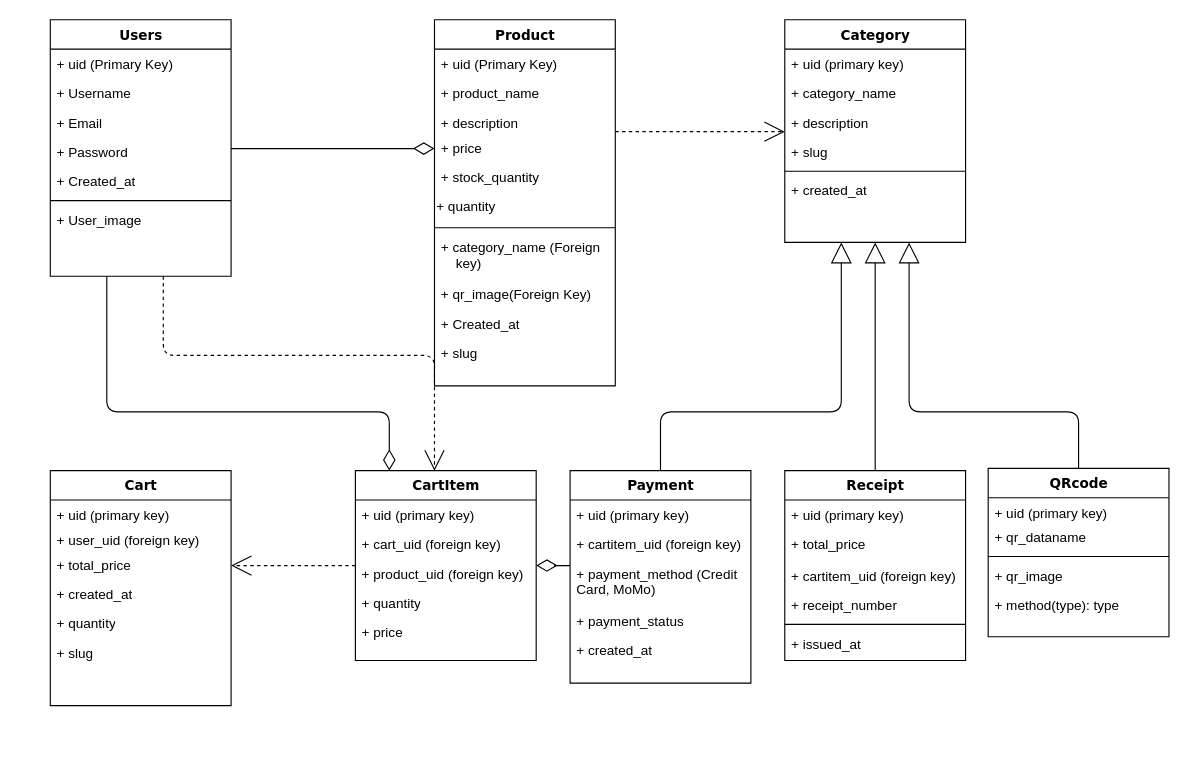
Before: Untitled Diagram.drawio in nabilbilly/E-store, a draw.io diagram. Source tidied: cells renumbered, new cells numbered last; positions are measured from the earlier drawing's top-left corner, leaving out a move shared by most shapes. Both pictures are drawn from the tidied source at 113%, with x=0, y=0 at pixel (50, 19).
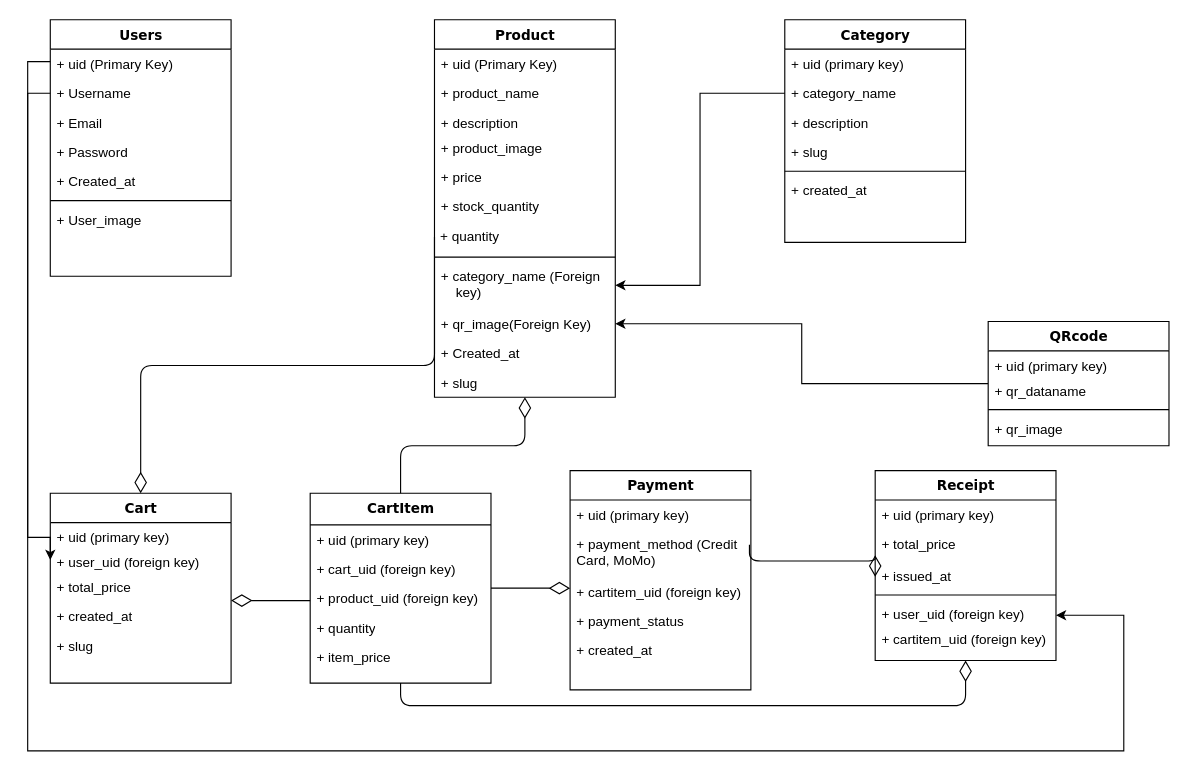
The same diagram, later.

The change refers to these unchanged cells:
```xml
<mxCell id="4" value="Users" style="swimlane;html=1;fontStyle=1;align=center;verticalAlign=top;horizontal=1;startSize=26;swimlaneFillColor=#ffffff;rounded=0;shadow=0;comic=0;labelBackgroundColor=none;strokeWidth=1;fillColor=none;fontFamily=Verdana;fontSize=12;" parent="1" vertex="1">
  <mxGeometry width="160" height="227" as="geometry" />
</mxCell>
<mxCell id="5" value="+ u&lt;span style=&quot;background-color: initial;&quot;&gt;id (Primary Key)&lt;/span&gt;&lt;div&gt;&lt;span style=&quot;background-color: initial;&quot;&gt;&lt;br&gt;&lt;/span&gt;&lt;/div&gt;" style="text;html=1;strokeColor=none;fillColor=none;align=left;verticalAlign=top;spacingLeft=4;spacingRight=4;whiteSpace=wrap;overflow=hidden;points=[[0,0.5],[1,0.5]];portConstraint=eastwest;" parent="4" vertex="1">
  <mxGeometry y="26" width="160" height="26" as="geometry" />
</mxCell>
<mxCell id="6" value="+ Username&amp;nbsp;" style="text;html=1;strokeColor=none;fillColor=none;align=left;verticalAlign=top;spacingLeft=4;spacingRight=4;whiteSpace=wrap;overflow=hidden;points=[[0,0.5],[1,0.5]];portConstraint=eastwest;" parent="4" vertex="1">
  <mxGeometry y="52" width="160" height="26" as="geometry" />
</mxCell>
<mxCell id="25" value="Category" style="swimlane;html=1;fontStyle=1;align=center;verticalAlign=top;horizontal=1;startSize=26;swimlaneFillColor=#ffffff;rounded=0;shadow=0;comic=0;labelBackgroundColor=none;strokeWidth=1;fillColor=none;fontFamily=Verdana;fontSize=12;" parent="1" vertex="1">
  <mxGeometry x="650" width="160" height="197" as="geometry" />
</mxCell>
<mxCell id="27" value="+ category_name" style="text;html=1;strokeColor=none;fillColor=none;align=left;verticalAlign=top;spacingLeft=4;spacingRight=4;whiteSpace=wrap;overflow=hidden;points=[[0,0.5],[1,0.5]];portConstraint=eastwest;" parent="25" vertex="1">
  <mxGeometry y="52" width="160" height="26" as="geometry" />
</mxCell>
<mxCell id="35" value="+ user_uid (foreign key)" style="text;html=1;strokeColor=none;fillColor=none;align=left;verticalAlign=top;spacingLeft=4;spacingRight=4;whiteSpace=wrap;overflow=hidden;points=[[0,0.5],[1,0.5]];portConstraint=eastwest;" parent="33" vertex="1">
  <mxGeometry y="48" width="160" height="22" as="geometry" />
</mxCell>
```

What changed in the source:
```diff
@@
-    <mxCell id="2" style="edgeStyle=orthogonalEdgeStyle;html=1;labelBackgroundColor=none;startFill=0;startSize=8;endArrow=open;endFill=0;endSize=16;fontFamily=Verdana;fontSize=12;dashed=1;" parent="1" edge="1" source="4" target="41">
-      <mxGeometry relative="1" as="geometry">
-        <Array as="points">
-          <mxPoint x="100" y="297" />
-          <mxPoint x="340" y="297" />
-        </Array>
-      </mxGeometry>
-    </mxCell>
-    <mxCell id="3" style="edgeStyle=orthogonalEdgeStyle;html=1;labelBackgroundColor=none;startFill=0;startSize=8;endArrow=diamondThin;endFill=0;endSize=16;fontFamily=Verdana;fontSize=12;" parent="1" edge="1" source="4" target="41">
-      <mxGeometry relative="1" as="geometry">
-        <Array as="points">
-          <mxPoint x="50" y="347" />
-          <mxPoint x="300" y="347" />
-        </Array>
-      </mxGeometry>
-    </mxCell>
@@
-    <mxCell id="12" style="edgeStyle=elbowEdgeStyle;html=1;labelBackgroundColor=none;startFill=0;startSize=8;endArrow=open;endFill=0;endSize=16;fontFamily=Verdana;fontSize=12;elbow=vertical;dashed=1;" parent="1" edge="1" source="13" target="25">
-      <mxGeometry relative="1" as="geometry" />
-    </mxCell>
     <mxCell id="13" value="Product" style="swimlane;html=1;fontStyle=1;align=center;verticalAlign=top;horizontal=1;startSize=26;swimlaneFillColor=#ffffff;rounded=0;shadow=0;comic=0;labelBackgroundColor=none;strokeWidth=1;fillColor=none;fontFamily=Verdana;fontSize=12;" parent="1" vertex="1">
-      <mxGeometry x="340" width="160" height="324" as="geometry" />
+      <mxGeometry x="340" width="160" height="334" as="geometry" />
     </mxCell>
@@
+    <mxCell id="70" value="+ product_image" style="text;html=1;strokeColor=none;fillColor=none;align=left;verticalAlign=top;spacingLeft=4;spacingRight=4;whiteSpace=wrap;overflow=hidden;" parent="13" vertex="1">
+      <mxGeometry y="100" width="160" height="26" as="geometry" />
+    </mxCell>
     <mxCell id="17" value="+&amp;nbsp;price" style="text;html=1;strokeColor=none;fillColor=none;align=left;verticalAlign=top;spacingLeft=4;spacingRight=4;whiteSpace=wrap;overflow=hidden;" parent="13" vertex="1">
-      <mxGeometry y="100" width="160" height="26" as="geometry" />
+      <mxGeometry y="126" width="160" height="26" as="geometry" />
     </mxCell>
     <mxCell id="18" value="+ stock_quantity" style="text;html=1;strokeColor=none;fillColor=none;align=left;verticalAlign=top;spacingLeft=4;spacingRight=4;whiteSpace=wrap;overflow=hidden;" parent="13" vertex="1">
-      <mxGeometry y="126" width="160" height="26" as="geometry" />
+      <mxGeometry y="152" width="160" height="26" as="geometry" />
     </mxCell>
-    <mxCell id="19" value="+ quantity" style="text;whiteSpace=wrap;html=1;" parent="13" vertex="1">
-      <mxGeometry y="152" width="160" height="28" as="geometry" />
+    <mxCell id="19" value="&amp;nbsp;+ quantity" style="text;whiteSpace=wrap;html=1;" parent="13" vertex="1">
+      <mxGeometry y="178" width="160" height="28" as="geometry" />
     </mxCell>
     <mxCell id="20" style="line;html=1;strokeWidth=1;fillColor=none;align=left;verticalAlign=middle;spacingTop=-1;spacingLeft=3;spacingRight=3;labelPosition=right;" parent="13" vertex="1">
-      <mxGeometry y="180" width="160" height="8" as="geometry" />
+      <mxGeometry y="206" width="160" height="8" as="geometry" />
     </mxCell>
     <mxCell id="21" value="+ category_name (Foreign&amp;nbsp; &amp;nbsp; &amp;nbsp; key)" style="text;html=1;strokeColor=none;fillColor=none;align=left;verticalAlign=top;spacingLeft=4;spacingRight=4;whiteSpace=wrap;overflow=hidden;points=[[0,0.5],[1,0.5]];portConstraint=eastwest;" parent="13" vertex="1">
-      <mxGeometry y="188" width="160" height="42" as="geometry" />
+      <mxGeometry y="214" width="160" height="42" as="geometry" />
     </mxCell>
     <mxCell id="22" value="+ qr_image(Foreign Key)" style="text;html=1;strokeColor=none;fillColor=none;align=left;verticalAlign=top;spacingLeft=4;spacingRight=4;whiteSpace=wrap;overflow=hidden;points=[[0,0.5],[1,0.5]];portConstraint=eastwest;" parent="13" vertex="1">
-      <mxGeometry y="230" width="160" height="26" as="geometry" />
+      <mxGeometry y="256" width="160" height="26" as="geometry" />
     </mxCell>
     <mxCell id="23" value="+ Created_at" style="text;html=1;strokeColor=none;fillColor=none;align=left;verticalAlign=top;spacingLeft=4;spacingRight=4;whiteSpace=wrap;overflow=hidden;" parent="13" vertex="1">
-      <mxGeometry y="256" width="160" height="26" as="geometry" />
+      <mxGeometry y="282" width="160" height="26" as="geometry" />
     </mxCell>
     <mxCell id="24" value="+ slug" style="text;html=1;strokeColor=none;fillColor=none;align=left;verticalAlign=top;spacingLeft=4;spacingRight=4;whiteSpace=wrap;overflow=hidden;points=[[0,0.5],[1,0.5]];portConstraint=eastwest;" parent="13" vertex="1">
-      <mxGeometry y="282" width="160" height="26" as="geometry" />
+      <mxGeometry y="308" width="160" height="26" as="geometry" />
     </mxCell>
@@
-    <mxCell id="32" style="edgeStyle=elbowEdgeStyle;html=1;labelBackgroundColor=none;startFill=0;startSize=8;endArrow=open;endFill=0;endSize=16;fontFamily=Verdana;fontSize=12;elbow=vertical;dashed=1;" parent="1" edge="1" source="41" target="33">
-      <mxGeometry relative="1" as="geometry" />
-    </mxCell>
     <mxCell id="33" value="Cart" style="swimlane;html=1;fontStyle=1;align=center;verticalAlign=top;horizontal=1;startSize=26;swimlaneFillColor=#ffffff;rounded=0;shadow=0;comic=0;labelBackgroundColor=none;strokeWidth=1;fillColor=none;fontFamily=Verdana;fontSize=12;" parent="1" vertex="1">
-      <mxGeometry y="399" width="160" height="208" as="geometry" />
+      <mxGeometry y="419" width="160" height="168" as="geometry" />
     </mxCell>
@@
-    <mxCell id="38" value="+ quantity" style="text;html=1;strokeColor=none;fillColor=none;align=left;verticalAlign=top;spacingLeft=4;spacingRight=4;whiteSpace=wrap;overflow=hidden;" parent="33" vertex="1">
-      <mxGeometry y="122" width="160" height="26" as="geometry" />
-    </mxCell>
     <mxCell id="39" value="+ slug" style="text;html=1;strokeColor=none;fillColor=none;align=left;verticalAlign=top;spacingLeft=4;spacingRight=4;whiteSpace=wrap;overflow=hidden;" parent="33" vertex="1">
-      <mxGeometry y="148" width="160" height="26" as="geometry" />
+      <mxGeometry y="122" width="160" height="26" as="geometry" />
     </mxCell>
-    <mxCell id="40" style="edgeStyle=elbowEdgeStyle;html=1;labelBackgroundColor=none;startFill=0;startSize=8;endArrow=diamondThin;endFill=0;endSize=16;fontFamily=Verdana;fontSize=12;elbow=vertical;" parent="1" edge="1" source="48" target="41">
+    <mxCell id="40" style="edgeStyle=elbowEdgeStyle;html=1;labelBackgroundColor=none;startFill=0;startSize=8;endArrow=diamondThin;endFill=0;endSize=16;fontFamily=Verdana;fontSize=12;elbow=vertical;" parent="1" edge="1" source="41" target="48">
       <mxGeometry relative="1" as="geometry" />
     </mxCell>
-    <mxCell id="41" value="CartItem" style="swimlane;html=1;fontStyle=1;align=center;verticalAlign=top;horizontal=1;startSize=26;swimlaneFillColor=#ffffff;rounded=0;shadow=0;comic=0;labelBackgroundColor=none;strokeWidth=1;fillColor=none;fontFamily=Verdana;fontSize=12;" parent="1" vertex="1">
-      <mxGeometry x="270" y="399" width="160" height="168" as="geometry" />
+    <mxCell id="41" value="CartItem" style="swimlane;html=1;fontStyle=1;align=center;verticalAlign=top;horizontal=1;startSize=28;swimlaneFillColor=#ffffff;rounded=0;shadow=0;comic=0;labelBackgroundColor=none;strokeWidth=1;fillColor=none;fontFamily=Verdana;fontSize=12;" parent="1" vertex="1">
+      <mxGeometry x="230" y="419" width="160" height="168" as="geometry" />
     </mxCell>
     <mxCell id="42" value="+ uid (primary key)" style="text;html=1;strokeColor=none;fillColor=none;align=left;verticalAlign=top;spacingLeft=4;spacingRight=4;whiteSpace=wrap;overflow=hidden;" parent="41" vertex="1">
-      <mxGeometry y="26" width="160" height="26" as="geometry" />
+      <mxGeometry y="28" width="160" height="26" as="geometry" />
     </mxCell>
     <mxCell id="43" value="+ cart_uid (foreign key)" style="text;html=1;strokeColor=none;fillColor=none;align=left;verticalAlign=top;spacingLeft=4;spacingRight=4;whiteSpace=wrap;overflow=hidden;" parent="41" vertex="1">
-      <mxGeometry y="52" width="160" height="26" as="geometry" />
+      <mxGeometry y="54" width="160" height="26" as="geometry" />
     </mxCell>
     <mxCell id="44" value="+ product_uid (foreign key)" style="text;html=1;strokeColor=none;fillColor=none;align=left;verticalAlign=top;spacingLeft=4;spacingRight=4;whiteSpace=wrap;overflow=hidden;" parent="41" vertex="1">
-      <mxGeometry y="78" width="160" height="26" as="geometry" />
+      <mxGeometry y="80" width="160" height="26" as="geometry" />
     </mxCell>
     <mxCell id="45" value="+ quantity" style="text;html=1;strokeColor=none;fillColor=none;align=left;verticalAlign=top;spacingLeft=4;spacingRight=4;whiteSpace=wrap;overflow=hidden;" parent="41" vertex="1">
-      <mxGeometry y="104" width="160" height="26" as="geometry" />
+      <mxGeometry y="106" width="160" height="26" as="geometry" />
     </mxCell>
-    <mxCell id="46" value="+ price" style="text;html=1;strokeColor=none;fillColor=none;align=left;verticalAlign=top;spacingLeft=4;spacingRight=4;whiteSpace=wrap;overflow=hidden;" parent="41" vertex="1">
-      <mxGeometry y="130" width="160" height="26" as="geometry" />
+    <mxCell id="46" value="+ item_price" style="text;html=1;strokeColor=none;fillColor=none;align=left;verticalAlign=top;spacingLeft=4;spacingRight=4;whiteSpace=wrap;overflow=hidden;" parent="41" vertex="1">
+      <mxGeometry y="132" width="160" height="26" as="geometry" />
     </mxCell>
-    <mxCell id="47" style="edgeStyle=orthogonalEdgeStyle;html=1;labelBackgroundColor=none;startFill=0;startSize=8;endArrow=block;endFill=0;endSize=16;fontFamily=Verdana;fontSize=12;" parent="1" edge="1" source="48" target="25">
-      <mxGeometry relative="1" as="geometry">
-        <Array as="points">
-          <mxPoint x="540" y="347" />
-          <mxPoint x="700" y="347" />
-        </Array>
-      </mxGeometry>
-    </mxCell>
     <mxCell id="48" value="Payment" style="swimlane;html=1;fontStyle=1;align=center;verticalAlign=top;horizontal=1;startSize=26;swimlaneFillColor=#ffffff;rounded=0;shadow=0;comic=0;labelBackgroundColor=none;strokeWidth=1;fillColor=none;fontFamily=Verdana;fontSize=12;" parent="1" vertex="1">
-      <mxGeometry x="460" y="399" width="160" height="188" as="geometry" />
+      <mxGeometry x="460" y="399" width="160" height="194" as="geometry" />
     </mxCell>
@@
+    <mxCell id="51" value="+&amp;nbsp;payment_method (Credit Card, MoMo)" style="text;html=1;strokeColor=none;fillColor=none;align=left;verticalAlign=top;spacingLeft=4;spacingRight=4;whiteSpace=wrap;overflow=hidden;points=[[0,0.5],[1,0.5]];portConstraint=eastwest;" parent="48" vertex="1">
+      <mxGeometry y="52" width="160" height="42" as="geometry" />
+    </mxCell>
     <mxCell id="50" value="+ cartitem_uid (foreign key)" style="text;html=1;strokeColor=none;fillColor=none;align=left;verticalAlign=top;spacingLeft=4;spacingRight=4;whiteSpace=wrap;overflow=hidden;" parent="48" vertex="1">
-      <mxGeometry y="52" width="160" height="26" as="geometry" />
+      <mxGeometry y="94" width="160" height="26" as="geometry" />
     </mxCell>
-    <mxCell id="51" value="+&amp;nbsp;payment_method (Credit Card, MoMo)" style="text;html=1;strokeColor=none;fillColor=none;align=left;verticalAlign=top;spacingLeft=4;spacingRight=4;whiteSpace=wrap;overflow=hidden;points=[[0,0.5],[1,0.5]];portConstraint=eastwest;" parent="48" vertex="1">
-      <mxGeometry y="78" width="160" height="42" as="geometry" />
-    </mxCell>
@@
-    <mxCell id="54" style="edgeStyle=orthogonalEdgeStyle;html=1;labelBackgroundColor=none;startFill=0;startSize=8;endArrow=block;endFill=0;endSize=16;fontFamily=Verdana;fontSize=12;" parent="1" edge="1" source="55" target="25">
-      <mxGeometry relative="1" as="geometry" />
-    </mxCell>
     <mxCell id="55" value="Receipt" style="swimlane;html=1;fontStyle=1;align=center;verticalAlign=top;horizontal=1;startSize=26;swimlaneFillColor=#ffffff;rounded=0;shadow=0;comic=0;labelBackgroundColor=none;strokeWidth=1;fillColor=none;fontFamily=Verdana;fontSize=12;" parent="1" vertex="1">
-      <mxGeometry x="650" y="399" width="160" height="168" as="geometry" />
+      <mxGeometry x="730" y="399" width="160" height="168" as="geometry" />
     </mxCell>
@@
+    <mxCell id="61" value="+ issued_at" style="text;html=1;strokeColor=none;fillColor=none;align=left;verticalAlign=top;spacingLeft=4;spacingRight=4;whiteSpace=wrap;overflow=hidden;" parent="55" vertex="1">
+      <mxGeometry y="80" width="160" height="26" as="geometry" />
+    </mxCell>
+    <mxCell id="60" style="line;html=1;strokeWidth=1;fillColor=none;align=left;verticalAlign=middle;spacingTop=-1;spacingLeft=3;spacingRight=3;labelPosition=right;" parent="55" vertex="1">
+      <mxGeometry y="106" width="160" height="8" as="geometry" />
+    </mxCell>
+    <mxCell id="71" value="+ user_uid (foreign key)" style="text;html=1;strokeColor=none;fillColor=none;align=left;verticalAlign=top;spacingLeft=4;spacingRight=4;whiteSpace=wrap;overflow=hidden;" parent="55" vertex="1">
+      <mxGeometry y="114" width="160" height="22" as="geometry" />
+    </mxCell>
     <mxCell id="58" value="+ cartitem_uid (foreign key)" style="text;html=1;strokeColor=none;fillColor=none;align=left;verticalAlign=top;spacingLeft=4;spacingRight=4;whiteSpace=wrap;overflow=hidden;" parent="55" vertex="1">
-      <mxGeometry y="80" width="160" height="26" as="geometry" />
+      <mxGeometry y="136" width="160" height="26" as="geometry" />
     </mxCell>
-    <mxCell id="59" value="+ receipt_number" style="text;html=1;strokeColor=none;fillColor=none;align=left;verticalAlign=top;spacingLeft=4;spacingRight=4;whiteSpace=wrap;overflow=hidden;" parent="55" vertex="1">
-      <mxGeometry y="106" width="160" height="26" as="geometry" />
-    </mxCell>
-    <mxCell id="60" style="line;html=1;strokeWidth=1;fillColor=none;align=left;verticalAlign=middle;spacingTop=-1;spacingLeft=3;spacingRight=3;labelPosition=right;" parent="55" vertex="1">
-      <mxGeometry y="132" width="160" height="8" as="geometry" />
-    </mxCell>
-    <mxCell id="61" value="+ issued_at" style="text;html=1;strokeColor=none;fillColor=none;align=left;verticalAlign=top;spacingLeft=4;spacingRight=4;whiteSpace=wrap;overflow=hidden;" parent="55" vertex="1">
-      <mxGeometry y="140" width="160" height="26" as="geometry" />
-    </mxCell>
-    <mxCell id="62" style="edgeStyle=orthogonalEdgeStyle;html=1;labelBackgroundColor=none;startFill=0;startSize=8;endArrow=block;endFill=0;endSize=16;fontFamily=Verdana;fontSize=12;" parent="1" edge="1" source="63" target="25">
-      <mxGeometry relative="1" as="geometry">
-        <Array as="points">
-          <mxPoint x="910" y="347" />
-          <mxPoint x="760" y="347" />
-        </Array>
-      </mxGeometry>
-    </mxCell>
+    <mxCell id="72" style="edgeStyle=orthogonalEdgeStyle;rounded=0;jettySize=auto;html=1;entryX=1;entryY=0.5;entryDx=0;entryDy=0;" parent="1" edge="1" source="63" target="22">
+      <mxGeometry relative="1" as="geometry" />
+    </mxCell>
     <mxCell id="63" value="QRcode" style="swimlane;html=1;fontStyle=1;align=center;verticalAlign=top;horizontal=1;startSize=26;swimlaneFillColor=#ffffff;rounded=0;shadow=0;comic=0;labelBackgroundColor=none;strokeWidth=1;fillColor=none;fontFamily=Verdana;fontSize=12;" parent="1" vertex="1">
-      <mxGeometry x="830" y="397" width="160" height="149" as="geometry" />
+      <mxGeometry x="830" y="267" width="160" height="110" as="geometry" />
     </mxCell>
@@
-    <mxCell id="68" value="+ method(type): type" style="text;html=1;strokeColor=none;fillColor=none;align=left;verticalAlign=top;spacingLeft=4;spacingRight=4;whiteSpace=wrap;overflow=hidden;" parent="63" vertex="1">
-      <mxGeometry y="108" width="160" height="26" as="geometry" />
-    </mxCell>
-    <mxCell id="69" style="edgeStyle=elbowEdgeStyle;html=1;labelBackgroundColor=none;startFill=0;startSize=8;endArrow=diamondThin;endFill=0;endSize=16;fontFamily=Verdana;fontSize=12;elbow=vertical;" parent="1" edge="1" source="4" target="13">
-      <mxGeometry relative="1" as="geometry" />
-    </mxCell>
+    <mxCell id="73" style="edgeStyle=orthogonalEdgeStyle;rounded=0;jettySize=auto;html=1;entryX=0;entryY=0.5;entryDx=0;entryDy=0;" parent="1" edge="1" source="5" target="35">
+      <mxGeometry relative="1" as="geometry">
+        <Array as="points">
+          <mxPoint x="-20" y="37" />
+          <mxPoint x="-20" y="458" />
+        </Array>
+      </mxGeometry>
+    </mxCell>
+    <mxCell id="74" style="edgeStyle=elbowEdgeStyle;html=1;labelBackgroundColor=none;startFill=0;startSize=8;endArrow=diamondThin;endFill=0;endSize=16;fontFamily=Verdana;fontSize=12;elbow=vertical;" parent="1" edge="1">
+      <mxGeometry relative="1" as="geometry">
+        <mxPoint x="230" y="514" as="sourcePoint" />
+        <mxPoint x="160" y="514" as="targetPoint" />
+        <Array as="points">
+          <mxPoint x="180" y="514" />
+        </Array>
+      </mxGeometry>
+    </mxCell>
+    <mxCell id="75" style="edgeStyle=orthogonalEdgeStyle;rounded=0;jettySize=auto;html=1;exitX=0;exitY=0.5;exitDx=0;exitDy=0;entryX=1;entryY=0.5;entryDx=0;entryDy=0;" parent="1" edge="1" source="27" target="21">
+      <mxGeometry relative="1" as="geometry" />
+    </mxCell>
+    <mxCell id="76" style="edgeStyle=elbowEdgeStyle;html=1;labelBackgroundColor=none;startFill=0;startSize=8;endArrow=diamondThin;endFill=0;endSize=16;fontFamily=Verdana;fontSize=12;elbow=vertical;entryX=0.5;entryY=1;entryDx=0;entryDy=0;exitX=0.5;exitY=1;exitDx=0;exitDy=0;" parent="1" edge="1" source="41" target="55">
+      <mxGeometry relative="1" as="geometry">
+        <Array as="points">
+          <mxPoint x="560" y="607" />
+        </Array>
+      </mxGeometry>
+    </mxCell>
+    <mxCell id="77" style="edgeStyle=elbowEdgeStyle;html=1;labelBackgroundColor=none;startFill=0;startSize=8;endArrow=diamondThin;endFill=0;endSize=16;fontFamily=Verdana;fontSize=12;elbow=vertical;exitX=0.992;exitY=0.323;exitDx=0;exitDy=0;exitPerimeter=0;" parent="1" edge="1" source="51">
+      <mxGeometry relative="1" as="geometry">
+        <mxPoint x="730" y="492.9" as="targetPoint" />
+      </mxGeometry>
+    </mxCell>
+    <mxCell id="78" style="edgeStyle=elbowEdgeStyle;html=1;labelBackgroundColor=none;startFill=0;startSize=8;endArrow=diamondThin;endFill=0;endSize=16;fontFamily=Verdana;fontSize=12;elbow=vertical;entryX=0.5;entryY=0;entryDx=0;entryDy=0;exitX=0;exitY=0.5;exitDx=0;exitDy=0;" parent="1" edge="1" source="19" target="33">
+      <mxGeometry relative="1" as="geometry" />
+    </mxCell>
+    <mxCell id="79" style="edgeStyle=orthogonalEdgeStyle;rounded=0;jettySize=auto;html=1;exitX=0;exitY=0.5;exitDx=0;exitDy=0;" parent="1" edge="1" source="6">
+      <mxGeometry relative="1" as="geometry">
+        <mxPoint x="890" y="527" as="targetPoint" />
+        <Array as="points">
+          <mxPoint x="-20" y="65" />
+          <mxPoint x="-20" y="647" />
+          <mxPoint x="950" y="647" />
+          <mxPoint x="950" y="527" />
+        </Array>
+      </mxGeometry>
+    </mxCell>
+    <mxCell id="80" style="edgeStyle=elbowEdgeStyle;html=1;labelBackgroundColor=none;startFill=0;startSize=8;endArrow=diamondThin;endFill=0;endSize=16;fontFamily=Verdana;fontSize=12;elbow=vertical;exitX=0.5;exitY=0;exitDx=0;exitDy=0;" parent="1" edge="1" source="41" target="24">
+      <mxGeometry relative="1" as="geometry" />
+    </mxCell>
```
